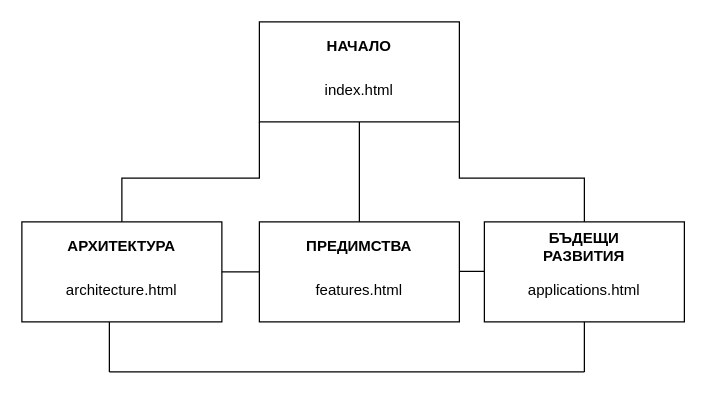
Earlier version of the draw.io diagram schema.drawio (TKolev11/coursework-computer-networks). Source tidied: cells renumbered, new cells numbered last; positions are measured from the earlier drawing's top-left corner, leaving out a move shared by most shapes. Both pictures are drawn from the tidied source at 125%, with x=0, y=0 at pixel (21, 21).
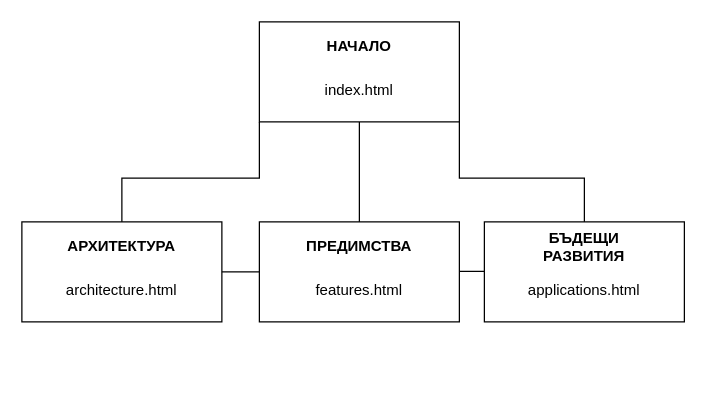
The same diagram, later.

The change refers to these unchanged cells:
```xml
<mxCell id="11" value="&lt;br&gt;&lt;br&gt;applications.html" style="rounded=0;whiteSpace=wrap;html=1;" parent="1" vertex="1">
  <mxGeometry x="370" y="160" width="160" height="80" as="geometry" />
</mxCell>
```

Change to the diagram source:
```diff
@@
-    <mxCell id="15" style="endArrow=none;html=1;rounded=0;exitX=0.5;exitY=1;exitDx=0;exitDy=0;" parent="1" edge="1" source="11">
-      <mxGeometry relative="1" as="geometry">
-        <mxPoint x="450" y="280" as="targetPoint" />
-      </mxGeometry>
-    </mxCell>
-    <mxCell id="16" style="endArrow=none;html=1;rounded=0;" parent="1" edge="1">
-      <mxGeometry relative="1" as="geometry">
-        <mxPoint x="70" y="280" as="sourcePoint" />
-        <mxPoint x="450" y="280" as="targetPoint" />
-      </mxGeometry>
-    </mxCell>
-    <mxCell id="17" style="endArrow=none;html=1;rounded=0;" parent="1" edge="1">
-      <mxGeometry relative="1" as="geometry">
-        <mxPoint x="70" y="240" as="sourcePoint" />
-        <mxPoint x="70" y="280" as="targetPoint" />
-      </mxGeometry>
-    </mxCell>
```
